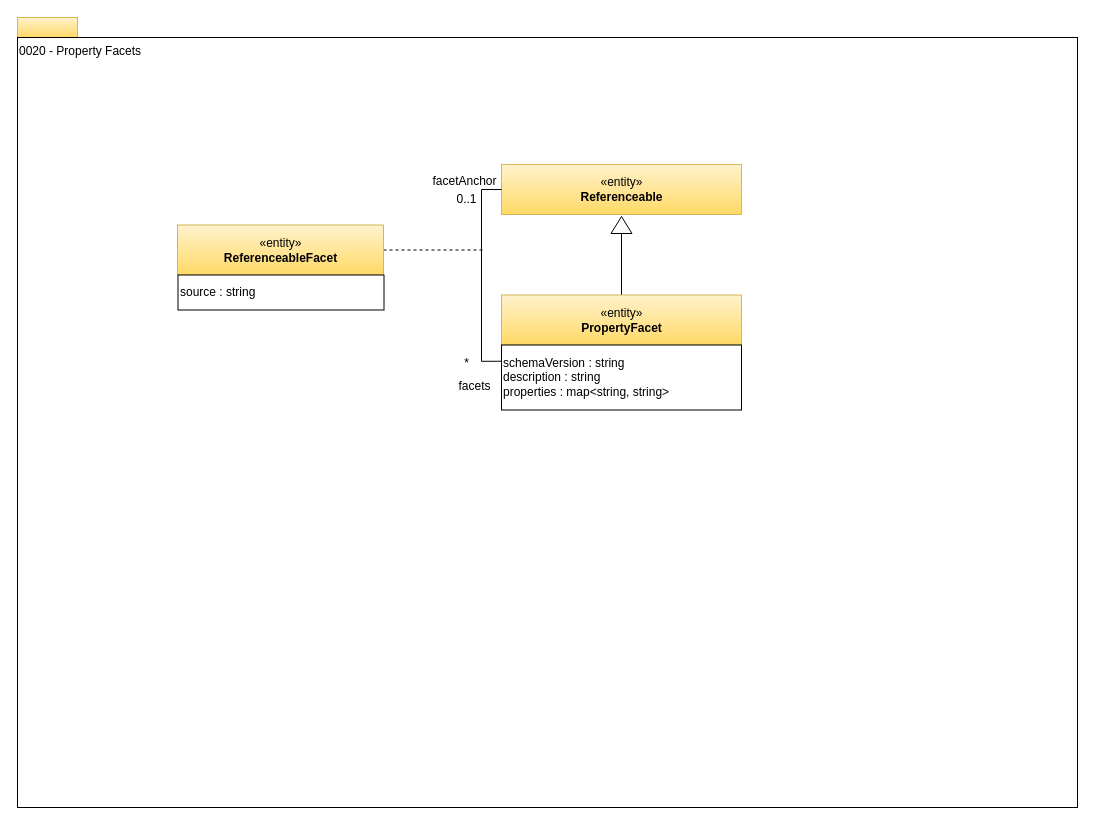
odpi/egeria keeps this draw.io diagram as page "0020-Property-Facets" (9 of 25) of open-metadata-publication/website/open-metadata-types/area-0-basic-types-and-infrastructure.drawio. Above is the earlier version. Source tidied: cells renumbered, new cells numbered last; positions are measured from the earlier drawing's top-left corner, leaving out a move shared by most shapes. Both pictures are drawn from the tidied source at 100%, with x=0, y=0 at pixel (17, 17).
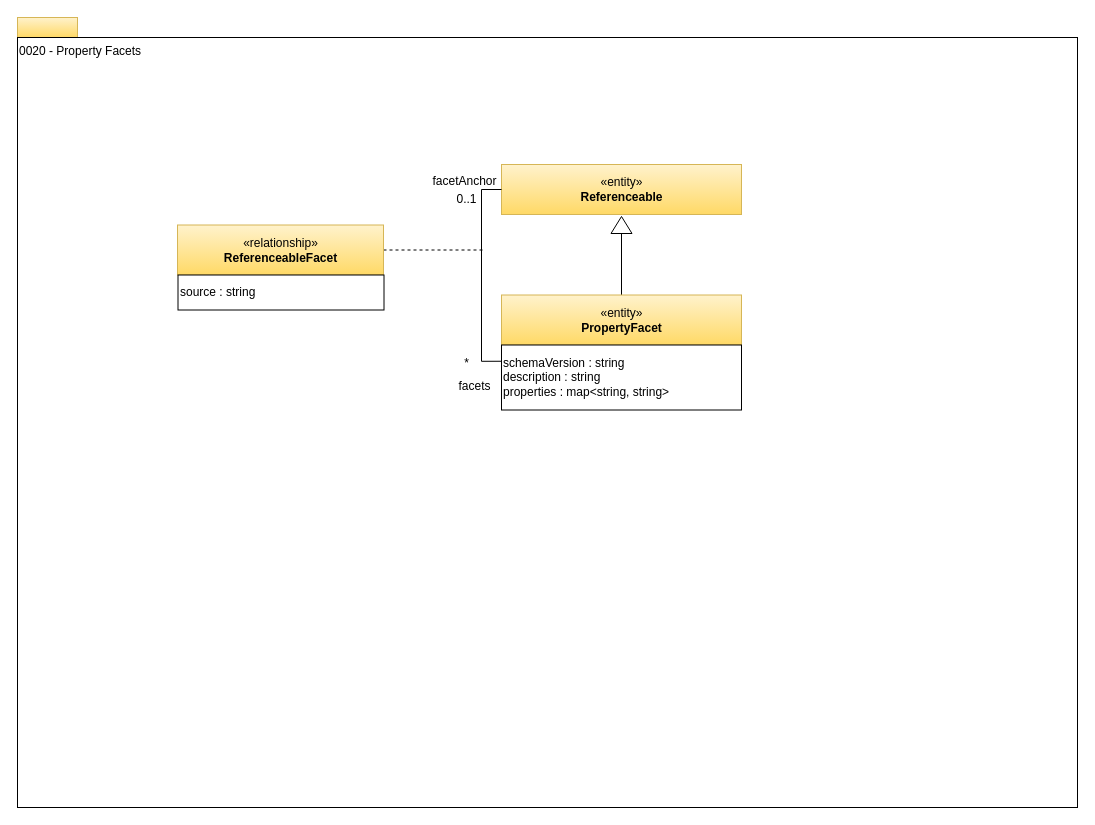
The same page after the edit.

Diff of the diagram source:
```diff
@@
 <mxGraphModel>
   <root>
     <mxCell id="0" />
     <mxCell id="1" parent="0" />
     <mxCell id="2" style="rounded=0;whiteSpace=wrap;html=1;align=left;fillColor=#fff2cc;strokeColor=#d6b656;gradientColor=#ffd966;" parent="1" vertex="1">
       <mxGeometry width="60" height="20" as="geometry" />
     </mxCell>
     <mxCell id="3" value="0020 - Property Facets" style="rounded=0;whiteSpace=wrap;html=1;align=left;verticalAlign=top;" parent="1" vertex="1">
       <mxGeometry y="20" width="1060" height="770" as="geometry" />
     </mxCell>
     <mxCell id="4" value="«entity»&lt;br&gt;&lt;b&gt;Referenceable&lt;/b&gt;" style="html=1;strokeColor=#d6b656;align=center;fillColor=#fff2cc;gradientColor=#ffd966;" parent="1" vertex="1">
       <mxGeometry x="484" y="147" width="240" height="50" as="geometry" />
     </mxCell>
     <mxCell id="5" style="edgeStyle=orthogonalEdgeStyle;rounded=0;html=1;exitX=1;exitY=0.5;dashed=1;endArrow=none;endFill=0;jettySize=auto;" parent="1" edge="1" source="6">
       <mxGeometry relative="1" as="geometry">
         <mxPoint x="466.5" y="232.5" as="targetPoint" />
       </mxGeometry>
     </mxCell>
-    <mxCell id="6" value="«entity»&lt;br&gt;&lt;b&gt;ReferenceableFacet&lt;/b&gt;" style="html=1;strokeColor=#d6b656;align=center;fillColor=#fff2cc;gradientColor=#ffd966;" parent="1" vertex="1">
+    <mxCell id="6" value="«relationship»&lt;br&gt;&lt;b&gt;ReferenceableFacet&lt;/b&gt;" style="html=1;strokeColor=#d6b656;align=center;fillColor=#fff2cc;gradientColor=#ffd966;" parent="1" vertex="1">
       <mxGeometry x="160" y="207.5" width="206" height="50" as="geometry" />
     </mxCell>
     <mxCell id="7" value="source : string&lt;br&gt;" style="rounded=0;whiteSpace=wrap;html=1;strokeColor=#000000;gradientColor=#ffffff;align=left;" parent="1" vertex="1">
       <mxGeometry x="160.5" y="257.5" width="206" height="35" as="geometry" />
     </mxCell>
     <mxCell id="8" style="edgeStyle=orthogonalEdgeStyle;rounded=0;html=1;exitX=0;exitY=0.5;entryX=0.5;entryY=0;jettySize=auto;endArrow=none;endFill=0;" parent="1" edge="1" source="9" target="10">
       <mxGeometry relative="1" as="geometry" />
     </mxCell>
     <mxCell id="9" style="triangle;whiteSpace=wrap;html=1;strokeColor=#000000;gradientColor=#ffffff;align=center;rotation=-90;" parent="1" vertex="1">
       <mxGeometry x="595.5" y="197" width="17" height="21" as="geometry" />
     </mxCell>
     <mxCell id="10" value="«entity»&lt;br&gt;&lt;b&gt;PropertyFacet&lt;/b&gt;" style="html=1;strokeColor=#d6b656;align=center;fillColor=#fff2cc;gradientColor=#ffd966;" parent="1" vertex="1">
       <mxGeometry x="484" y="277.5" width="240" height="50" as="geometry" />
     </mxCell>
     <mxCell id="11" style="edgeStyle=orthogonalEdgeStyle;rounded=0;html=1;exitX=0;exitY=0.25;entryX=0;entryY=0.5;endArrow=none;endFill=0;jettySize=auto;" parent="1" edge="1" source="12" target="4">
       <mxGeometry relative="1" as="geometry" />
     </mxCell>
     <mxCell id="12" value="schemaVersion : string&lt;br&gt;description : string&lt;br&gt;properties : map&amp;lt;string, string&amp;gt;&lt;br&gt;&lt;div style=&quot;text-align: left&quot;&gt;&lt;/div&gt;" style="rounded=0;whiteSpace=wrap;html=1;strokeColor=#000000;gradientColor=#ffffff;align=left;" parent="1" vertex="1">
       <mxGeometry x="484" y="327.5" width="240" height="65" as="geometry" />
     </mxCell>
     <mxCell id="13" value="facetAnchor" style="text;html=1;align=center;verticalAlign=top;spacingTop=-4;" parent="1" vertex="1">
       <mxGeometry x="410" y="154" width="74" height="14" as="geometry" />
     </mxCell>
     <mxCell id="14" value="0..1" style="text;html=1;align=center;verticalAlign=top;spacingTop=-4;" parent="1" vertex="1">
       <mxGeometry x="434" y="172" width="30" height="14" as="geometry" />
     </mxCell>
     <mxCell id="15" value="*" style="text;html=1;align=center;verticalAlign=top;spacingTop=-4;" parent="1" vertex="1">
       <mxGeometry x="441.5" y="336" width="15" height="14" as="geometry" />
     </mxCell>
     <mxCell id="16" value="facets" style="text;html=1;align=center;verticalAlign=top;spacingTop=-4;" parent="1" vertex="1">
       <mxGeometry x="435.5" y="358.5" width="42" height="14" as="geometry" />
     </mxCell>
   </root>
 </mxGraphModel>
```
